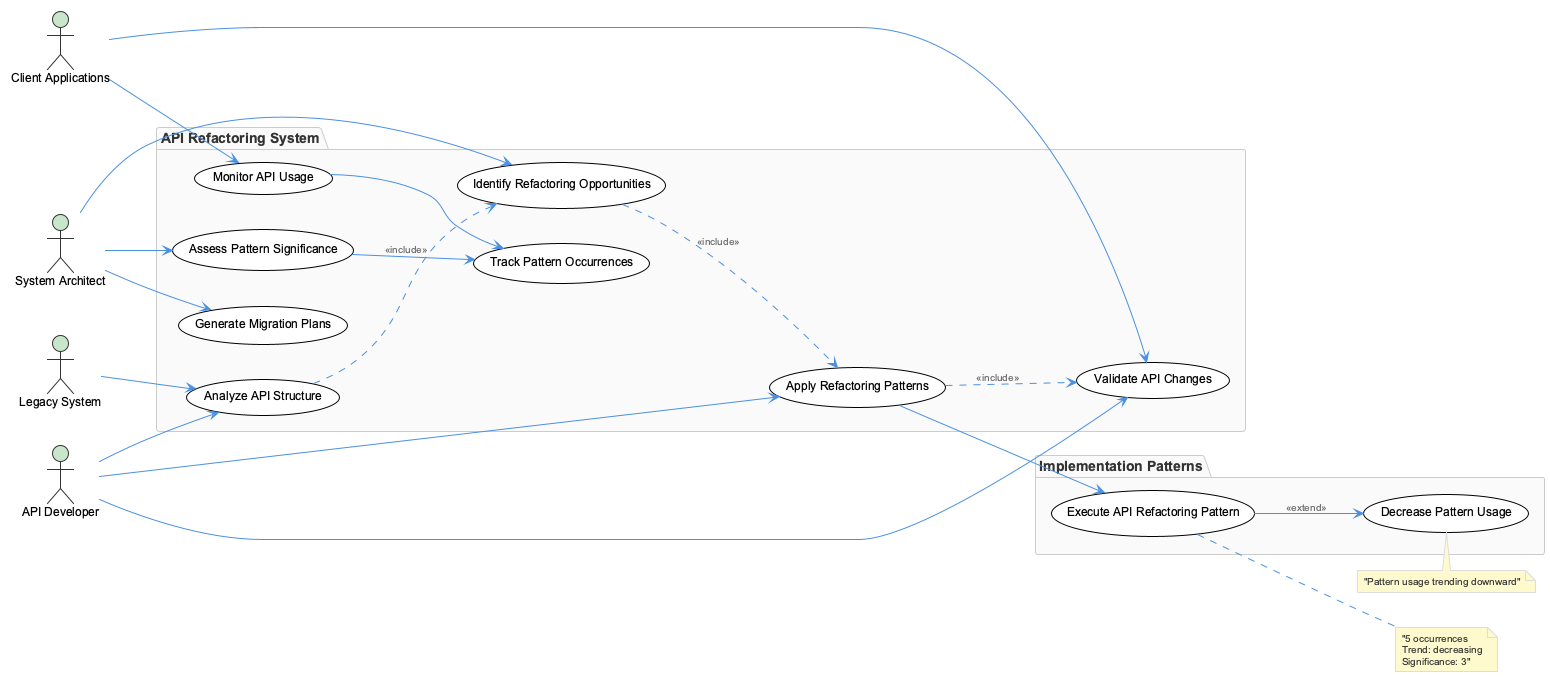
Before: knowledge-management/insights/images/api-refactoring-pattern-use-cases.png, a diagram exported from PlantUML (fwornle/coding).
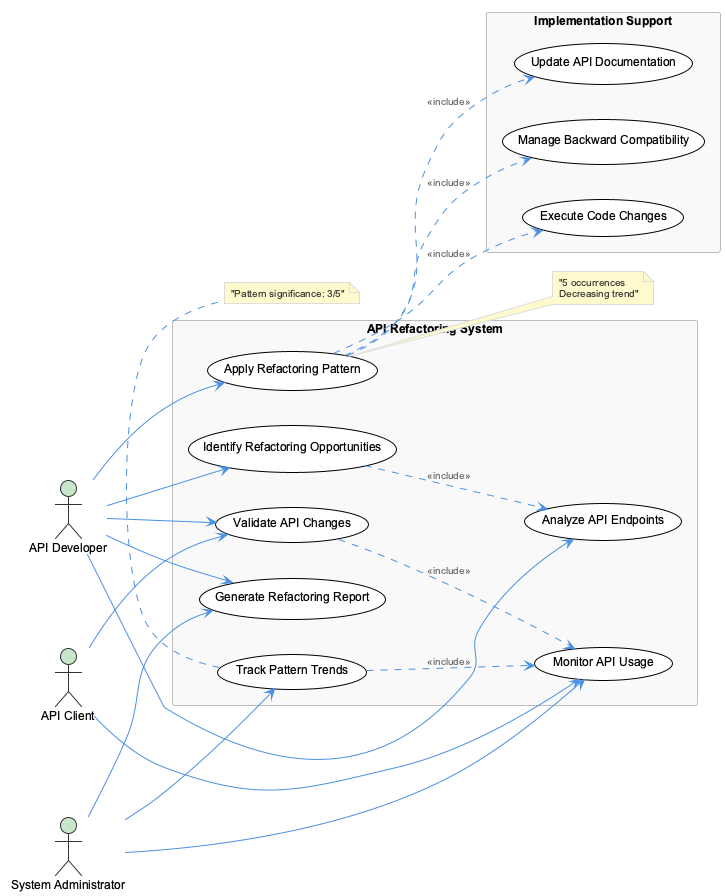
After the change.

Change to the diagram source:
```diff
@@ -4,47 +4,47 @@
 left to right direction
 
 actor "API Developer" as dev
-actor "System Architect" as architect
-actor "Legacy System" as legacy
-actor "Client Applications" as clients
+actor "API Client" as client
+actor "System Administrator" as admin
 
-package "API Refactoring System" {
-  usecase "Analyze API Structure" as analyze
+rectangle "API Refactoring System" {
+  usecase "Analyze API Endpoints" as analyze
   usecase "Identify Refactoring Opportunities" as identify
-  usecase "Apply Refactoring Patterns" as apply
+  usecase "Apply Refactoring Pattern" as apply
   usecase "Validate API Changes" as validate
   usecase "Monitor API Usage" as monitor
-  usecase "Generate Migration Plans" as migrate
-  usecase "Track Pattern Occurrences" as track
-  usecase "Assess Pattern Significance" as assess
+  usecase "Track Pattern Trends" as track
+  usecase "Generate Refactoring Report" as report
 }
 
-package "Implementation Patterns" {
-  usecase "Execute API Refactoring Pattern" as execute
-  usecase "Decrease Pattern Usage" as decrease
+rectangle "Implementation Support" {
+  usecase "Execute Code Changes" as execute
+  usecase "Update API Documentation" as docs
+  usecase "Manage Backward Compatibility" as compat
 }
 
 dev --> analyze
+dev --> identify
 dev --> apply
 dev --> validate
-architect --> identify
-architect --> assess
-architect --> migrate
+dev --> report
 
-legacy --> analyze
-clients --> monitor
-clients --> validate
+client --> monitor
+client --> validate
 
-analyze ..> identify : <<include>>
-identify ..> apply : <<include>>
-apply ..> validate : <<include>>
-apply --> execute
-monitor --> track
-assess --> track
+admin --> track
+admin --> monitor
+admin --> report
 
-execute --> decrease : <<extend>>
+apply ..> execute : <<include>>
+apply ..> docs : <<include>>
+apply ..> compat : <<include>>
 
-note right of execute : "5 occurrences\nTrend: decreasing\nSignificance: 3"
-note top of decrease : "Pattern usage trending downward"
+identify ..> analyze : <<include>>
+validate ..> monitor : <<include>>
+track ..> monitor : <<include>>
+
+note right of apply : "5 occurrences\nDecreasing trend"
+note bottom of track : "Pattern significance: 3/5"
 
 @enduml
```
